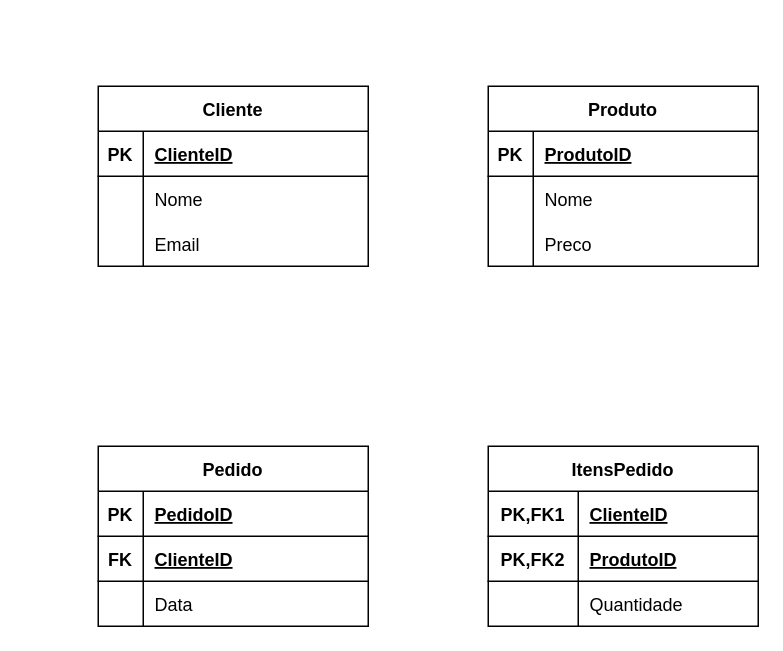
Earlier version of the draw.io diagram aulas/04/compras_modelo_logico.drawio (Diogo-MD/banco-dados-SENAC). Source tidied: cells renumbered, new cells numbered last; positions are measured from the earlier drawing's top-left corner, leaving out a move shared by most shapes. Both pictures are drawn from the tidied source at 150%, with x=0, y=0 at pixel (98, 86).
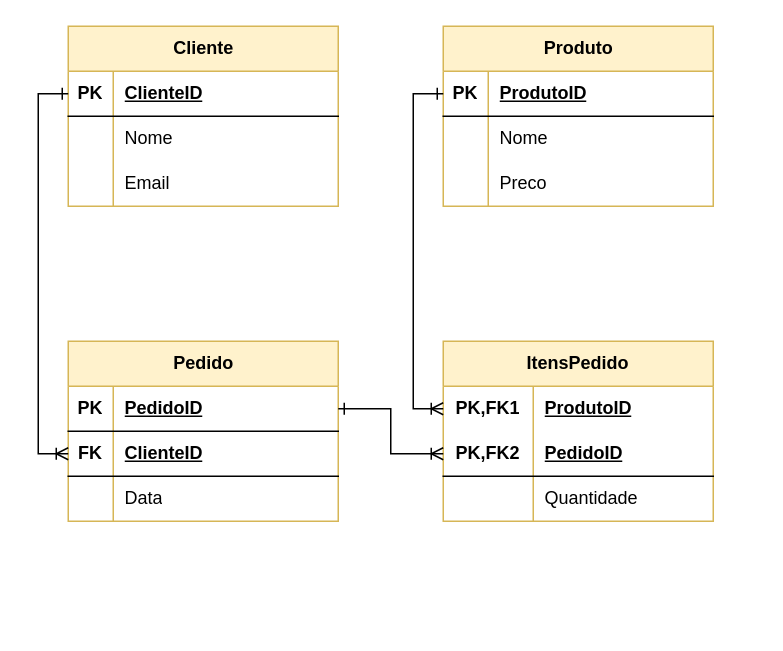
After the change.

Diff of the diagram source:
```diff
@@
-    <mxCell id="2" value="Cliente" style="shape=table;startSize=30;childLayout=tableLayout;rowLines=0;fontStyle=1;align=center;" parent="1" vertex="1">
-      <mxGeometry width="180" height="120" as="geometry" />
+    <mxCell id="2" value="&lt;font color=&quot;#000000&quot;&gt;Cliente&lt;/font&gt;" style="shape=table;startSize=30;childLayout=tableLayout;rowLines=0;fontStyle=1;align=center;html=1;fillColor=#fff2cc;strokeColor=#d6b656;" parent="1" vertex="1">
+      <mxGeometry x="-20" y="-40" width="180" height="120" as="geometry" />
     </mxCell>
-    <mxCell id="3" style="shape=tableRow;horizontal=0;startSize=0;swimlaneHead=0;swimlaneBody=0;fillColor=none;top=0;left=0;right=0;bottom=1;" parent="2" vertex="1">
-      <mxGeometry y="30" width="180" height="30" as="geometry" />
-    </mxCell>
-    <mxCell id="4" value="PK" style="shape=partialRectangle;fillColor=none;top=0;left=0;bottom=0;right=0;fontStyle=1;overflow=hidden;" parent="3" vertex="1">
-      <mxGeometry width="30" height="30" as="geometry" />
-    </mxCell>
-    <mxCell id="5" value="ClienteID" style="shape=partialRectangle;fillColor=none;top=0;left=0;bottom=0;right=0;align=left;spacingLeft=6;fontStyle=5;overflow=hidden;" parent="3" vertex="1">
-      <mxGeometry x="30" width="150" height="30" as="geometry" />
-    </mxCell>
-    <mxCell id="6" style="shape=tableRow;horizontal=0;startSize=0;swimlaneHead=0;swimlaneBody=0;fillColor=none;top=0;left=0;right=0;bottom=0;" parent="2" vertex="1">
-      <mxGeometry y="60" width="180" height="30" as="geometry" />
-    </mxCell>
-    <mxCell id="7" style="shape=partialRectangle;fillColor=none;top=0;left=0;bottom=0;right=0;overflow=hidden;" parent="6" vertex="1">
-      <mxGeometry width="30" height="30" as="geometry" />
-    </mxCell>
-    <mxCell id="8" value="Nome" style="shape=partialRectangle;fillColor=none;top=0;left=0;bottom=0;right=0;align=left;spacingLeft=6;overflow=hidden;" parent="6" vertex="1">
-      <mxGeometry x="30" width="150" height="30" as="geometry" />
-    </mxCell>
-    <mxCell id="9" style="shape=tableRow;horizontal=0;startSize=0;swimlaneHead=0;swimlaneBody=0;fillColor=none;top=0;left=0;right=0;bottom=0;" parent="2" vertex="1">
-      <mxGeometry y="90" width="180" height="30" as="geometry" />
-    </mxCell>
-    <mxCell id="10" style="shape=partialRectangle;fillColor=none;top=0;left=0;bottom=0;right=0;overflow=hidden;" parent="9" vertex="1">
-      <mxGeometry width="30" height="30" as="geometry" />
-    </mxCell>
+    <mxCell id="42" style="shape=tableRow;horizontal=0;startSize=0;swimlaneHead=0;swimlaneBody=0;fillColor=none;points=[[0,0.5],[1,0.5]];portConstraint=eastwest;top=0;left=0;right=0;bottom=1;" parent="2" vertex="1">
+      <mxGeometry y="30" width="180" height="30" as="geometry" />
+    </mxCell>
+    <mxCell id="43" value="PK" style="shape=partialRectangle;fillColor=none;top=0;left=0;bottom=0;right=0;fontStyle=1;overflow=hidden;whiteSpace=wrap;html=1;" parent="42" vertex="1">
+      <mxGeometry width="30" height="30" as="geometry" />
+    </mxCell>
+    <mxCell id="44" value="ClienteID" style="shape=partialRectangle;fillColor=none;top=0;left=0;bottom=0;right=0;align=left;spacingLeft=6;fontStyle=5;overflow=hidden;whiteSpace=wrap;html=1;" parent="42" vertex="1">
+      <mxGeometry x="30" width="150" height="30" as="geometry" />
+    </mxCell>
+    <mxCell id="45" style="shape=tableRow;horizontal=0;startSize=0;swimlaneHead=0;swimlaneBody=0;fillColor=none;top=0;left=0;right=0;bottom=0;" parent="2" vertex="1">
+      <mxGeometry y="60" width="180" height="30" as="geometry" />
+    </mxCell>
+    <mxCell id="46" style="shape=partialRectangle;fillColor=none;top=0;left=0;bottom=0;right=0;overflow=hidden;whiteSpace=wrap;html=1;" parent="45" vertex="1">
+      <mxGeometry width="30" height="30" as="geometry" />
+    </mxCell>
+    <mxCell id="47" value="Nome" style="shape=partialRectangle;fillColor=none;top=0;left=0;bottom=0;right=0;align=left;spacingLeft=6;overflow=hidden;whiteSpace=wrap;html=1;" parent="45" vertex="1">
+      <mxGeometry x="30" width="150" height="30" as="geometry" />
+    </mxCell>
+    <mxCell id="48" style="shape=tableRow;horizontal=0;startSize=0;swimlaneHead=0;swimlaneBody=0;fillColor=none;top=0;left=0;right=0;bottom=0;" parent="2" vertex="1">
+      <mxGeometry y="90" width="180" height="30" as="geometry" />
+    </mxCell>
+    <mxCell id="49" style="shape=partialRectangle;fillColor=none;top=0;left=0;bottom=0;right=0;overflow=hidden;whiteSpace=wrap;html=1;" parent="48" vertex="1">
+      <mxGeometry width="30" height="30" as="geometry" />
+    </mxCell>
-    <mxCell id="11" value="Email" style="shape=partialRectangle;fillColor=none;top=0;left=0;bottom=0;right=0;align=left;spacingLeft=6;overflow=hidden;" parent="9" vertex="1">
+    <mxCell id="11" value="Email" style="shape=partialRectangle;fillColor=none;top=0;left=0;bottom=0;right=0;align=left;spacingLeft=6;overflow=hidden;whiteSpace=wrap;html=1;" parent="48" vertex="1">
       <mxGeometry x="30" width="150" height="30" as="geometry" />
     </mxCell>
-    <mxCell id="12" value="Produto" style="shape=table;startSize=30;childLayout=tableLayout;rowLines=0;fontStyle=1;align=center;" parent="1" vertex="1">
-      <mxGeometry x="260" width="180" height="120" as="geometry" />
+    <mxCell id="12" value="&lt;font color=&quot;#000000&quot;&gt;Produto&lt;/font&gt;" style="shape=table;startSize=30;childLayout=tableLayout;rowLines=0;fontStyle=1;align=center;html=1;fillColor=#fff2cc;strokeColor=#d6b656;" parent="1" vertex="1">
+      <mxGeometry x="230" y="-40" width="180" height="120" as="geometry" />
     </mxCell>
-    <mxCell id="13" style="shape=tableRow;horizontal=0;startSize=0;swimlaneHead=0;swimlaneBody=0;fillColor=none;top=0;left=0;right=0;bottom=1;" parent="12" vertex="1">
-      <mxGeometry y="30" width="180" height="30" as="geometry" />
-    </mxCell>
-    <mxCell id="14" value="PK" style="shape=partialRectangle;fillColor=none;top=0;left=0;bottom=0;right=0;fontStyle=1;overflow=hidden;" parent="13" vertex="1">
-      <mxGeometry width="30" height="30" as="geometry" />
-    </mxCell>
-    <mxCell id="15" value="ProdutoID" style="shape=partialRectangle;fillColor=none;top=0;left=0;bottom=0;right=0;align=left;spacingLeft=6;fontStyle=5;overflow=hidden;" parent="13" vertex="1">
-      <mxGeometry x="30" width="150" height="30" as="geometry" />
-    </mxCell>
-    <mxCell id="16" style="shape=tableRow;horizontal=0;startSize=0;swimlaneHead=0;swimlaneBody=0;fillColor=none;top=0;left=0;right=0;bottom=0;" parent="12" vertex="1">
-      <mxGeometry y="60" width="180" height="30" as="geometry" />
-    </mxCell>
-    <mxCell id="17" style="shape=partialRectangle;fillColor=none;top=0;left=0;bottom=0;right=0;overflow=hidden;" parent="16" vertex="1">
-      <mxGeometry width="30" height="30" as="geometry" />
-    </mxCell>
-    <mxCell id="18" value="Nome" style="shape=partialRectangle;fillColor=none;top=0;left=0;bottom=0;right=0;align=left;spacingLeft=6;overflow=hidden;" parent="16" vertex="1">
-      <mxGeometry x="30" width="150" height="30" as="geometry" />
-    </mxCell>
-    <mxCell id="19" style="shape=tableRow;horizontal=0;startSize=0;swimlaneHead=0;swimlaneBody=0;fillColor=none;top=0;left=0;right=0;bottom=0;" parent="12" vertex="1">
-      <mxGeometry y="90" width="180" height="30" as="geometry" />
-    </mxCell>
-    <mxCell id="20" style="shape=partialRectangle;fillColor=none;top=0;left=0;bottom=0;right=0;overflow=hidden;" parent="19" vertex="1">
-      <mxGeometry width="30" height="30" as="geometry" />
-    </mxCell>
+    <mxCell id="50" style="shape=tableRow;horizontal=0;startSize=0;swimlaneHead=0;swimlaneBody=0;fillColor=none;points=[[0,0.5],[1,0.5]];portConstraint=eastwest;top=0;left=0;right=0;bottom=1;" parent="12" vertex="1">
+      <mxGeometry y="30" width="180" height="30" as="geometry" />
+    </mxCell>
+    <mxCell id="51" value="PK" style="shape=partialRectangle;fillColor=none;top=0;left=0;bottom=0;right=0;fontStyle=1;overflow=hidden;whiteSpace=wrap;html=1;" parent="50" vertex="1">
+      <mxGeometry width="30" height="30" as="geometry" />
+    </mxCell>
+    <mxCell id="52" value="ProdutoID" style="shape=partialRectangle;fillColor=none;top=0;left=0;bottom=0;right=0;align=left;spacingLeft=6;fontStyle=5;overflow=hidden;whiteSpace=wrap;html=1;" parent="50" vertex="1">
+      <mxGeometry x="30" width="150" height="30" as="geometry" />
+    </mxCell>
+    <mxCell id="53" style="shape=tableRow;horizontal=0;startSize=0;swimlaneHead=0;swimlaneBody=0;fillColor=none;top=0;left=0;right=0;bottom=0;" parent="12" vertex="1">
+      <mxGeometry y="60" width="180" height="30" as="geometry" />
+    </mxCell>
+    <mxCell id="54" style="shape=partialRectangle;fillColor=none;top=0;left=0;bottom=0;right=0;overflow=hidden;whiteSpace=wrap;html=1;" parent="53" vertex="1">
+      <mxGeometry width="30" height="30" as="geometry" />
+    </mxCell>
+    <mxCell id="55" value="Nome" style="shape=partialRectangle;fillColor=none;top=0;left=0;bottom=0;right=0;align=left;spacingLeft=6;overflow=hidden;whiteSpace=wrap;html=1;" parent="53" vertex="1">
+      <mxGeometry x="30" width="150" height="30" as="geometry" />
+    </mxCell>
+    <mxCell id="56" style="shape=tableRow;horizontal=0;startSize=0;swimlaneHead=0;swimlaneBody=0;fillColor=none;top=0;left=0;right=0;bottom=0;" parent="12" vertex="1">
+      <mxGeometry y="90" width="180" height="30" as="geometry" />
+    </mxCell>
+    <mxCell id="57" style="shape=partialRectangle;fillColor=none;top=0;left=0;bottom=0;right=0;overflow=hidden;whiteSpace=wrap;html=1;" parent="56" vertex="1">
+      <mxGeometry width="30" height="30" as="geometry" />
+    </mxCell>
-    <mxCell id="21" value="Preco" style="shape=partialRectangle;fillColor=none;top=0;left=0;bottom=0;right=0;align=left;spacingLeft=6;overflow=hidden;" parent="19" vertex="1">
+    <mxCell id="21" value="Preco" style="shape=partialRectangle;fillColor=none;top=0;left=0;bottom=0;right=0;align=left;spacingLeft=6;overflow=hidden;whiteSpace=wrap;html=1;" parent="56" vertex="1">
       <mxGeometry x="30" width="150" height="30" as="geometry" />
     </mxCell>
-    <mxCell id="22" value="Pedido" style="shape=table;startSize=30;childLayout=tableLayout;rowLines=0;fontStyle=1;align=center;" parent="1" vertex="1">
-      <mxGeometry y="240" width="180" height="120" as="geometry" />
+    <mxCell id="22" value="&lt;font color=&quot;#000000&quot;&gt;Pedido&lt;/font&gt;" style="shape=table;startSize=30;childLayout=tableLayout;rowLines=0;fontStyle=1;align=center;html=1;fillColor=#fff2cc;strokeColor=#d6b656;" parent="1" vertex="1">
+      <mxGeometry x="-20" y="170" width="180" height="120" as="geometry" />
     </mxCell>
-    <mxCell id="23" style="shape=tableRow;horizontal=0;startSize=0;swimlaneHead=0;swimlaneBody=0;fillColor=none;top=0;left=0;right=0;bottom=1;" parent="22" vertex="1">
-      <mxGeometry y="30" width="180" height="30" as="geometry" />
-    </mxCell>
-    <mxCell id="24" value="PK" style="shape=partialRectangle;fillColor=none;top=0;left=0;bottom=0;right=0;fontStyle=1;overflow=hidden;" parent="23" vertex="1">
-      <mxGeometry width="30" height="30" as="geometry" />
-    </mxCell>
-    <mxCell id="25" value="PedidoID" style="shape=partialRectangle;fillColor=none;top=0;left=0;bottom=0;right=0;align=left;spacingLeft=6;fontStyle=5;overflow=hidden;" parent="23" vertex="1">
-      <mxGeometry x="30" width="150" height="30" as="geometry" />
-    </mxCell>
-    <mxCell id="26" style="shape=tableRow;horizontal=0;startSize=0;swimlaneHead=0;swimlaneBody=0;fillColor=none;top=0;left=0;right=0;bottom=1;" parent="22" vertex="1">
-      <mxGeometry y="60" width="180" height="30" as="geometry" />
-    </mxCell>
+    <mxCell id="58" style="shape=tableRow;horizontal=0;startSize=0;swimlaneHead=0;swimlaneBody=0;fillColor=none;points=[[0,0.5],[1,0.5]];portConstraint=eastwest;top=0;left=0;right=0;bottom=1;" parent="22" vertex="1">
+      <mxGeometry y="30" width="180" height="30" as="geometry" />
+    </mxCell>
+    <mxCell id="59" value="PK" style="shape=partialRectangle;fillColor=none;top=0;left=0;bottom=0;right=0;fontStyle=1;overflow=hidden;whiteSpace=wrap;html=1;" parent="58" vertex="1">
+      <mxGeometry width="30" height="30" as="geometry" />
+    </mxCell>
+    <mxCell id="60" value="PedidoID" style="shape=partialRectangle;fillColor=none;top=0;left=0;bottom=0;right=0;align=left;spacingLeft=6;fontStyle=5;overflow=hidden;whiteSpace=wrap;html=1;" parent="58" vertex="1">
+      <mxGeometry x="30" width="150" height="30" as="geometry" />
+    </mxCell>
+    <mxCell id="61" style="shape=tableRow;horizontal=0;startSize=0;swimlaneHead=0;swimlaneBody=0;fillColor=none;points=[[0,0.5],[1,0.5]];portConstraint=eastwest;top=0;left=0;right=0;bottom=1;" parent="22" vertex="1">
+      <mxGeometry y="60" width="180" height="30" as="geometry" />
+    </mxCell>
-    <mxCell id="27" value="FK" style="shape=partialRectangle;fillColor=none;top=0;left=0;bottom=0;right=0;fontStyle=1;overflow=hidden;" parent="26" vertex="1">
+    <mxCell id="27" value="FK" style="shape=partialRectangle;fillColor=none;top=0;left=0;bottom=0;right=0;fontStyle=1;overflow=hidden;whiteSpace=wrap;html=1;" parent="61" vertex="1">
       <mxGeometry width="30" height="30" as="geometry" />
     </mxCell>
-    <mxCell id="28" value="ClienteID" style="shape=partialRectangle;fillColor=none;top=0;left=0;bottom=0;right=0;align=left;spacingLeft=6;fontStyle=5;overflow=hidden;" parent="26" vertex="1">
-      <mxGeometry x="30" width="150" height="30" as="geometry" />
-    </mxCell>
-    <mxCell id="29" style="shape=tableRow;horizontal=0;startSize=0;swimlaneHead=0;swimlaneBody=0;fillColor=none;top=0;left=0;right=0;bottom=0;" parent="22" vertex="1">
-      <mxGeometry y="90" width="180" height="30" as="geometry" />
-    </mxCell>
-    <mxCell id="30" style="shape=partialRectangle;fillColor=none;top=0;left=0;bottom=0;right=0;overflow=hidden;" parent="29" vertex="1">
-      <mxGeometry width="30" height="30" as="geometry" />
-    </mxCell>
+    <mxCell id="62" value="ClienteID" style="shape=partialRectangle;fillColor=none;top=0;left=0;bottom=0;right=0;align=left;spacingLeft=6;fontStyle=5;overflow=hidden;whiteSpace=wrap;html=1;" parent="61" vertex="1">
+      <mxGeometry x="30" width="150" height="30" as="geometry" />
+    </mxCell>
+    <mxCell id="63" style="shape=tableRow;horizontal=0;startSize=0;swimlaneHead=0;swimlaneBody=0;fillColor=none;top=0;left=0;right=0;bottom=0;" parent="22" vertex="1">
+      <mxGeometry y="90" width="180" height="30" as="geometry" />
+    </mxCell>
+    <mxCell id="64" style="shape=partialRectangle;fillColor=none;top=0;left=0;bottom=0;right=0;overflow=hidden;whiteSpace=wrap;html=1;" parent="63" vertex="1">
+      <mxGeometry width="30" height="30" as="geometry" />
+    </mxCell>
-    <mxCell id="31" value="Data" style="shape=partialRectangle;fillColor=none;top=0;left=0;bottom=0;right=0;align=left;spacingLeft=6;overflow=hidden;" parent="29" vertex="1">
+    <mxCell id="31" value="Data" style="shape=partialRectangle;fillColor=none;top=0;left=0;bottom=0;right=0;align=left;spacingLeft=6;overflow=hidden;whiteSpace=wrap;html=1;" parent="63" vertex="1">
       <mxGeometry x="30" width="150" height="30" as="geometry" />
     </mxCell>
-    <mxCell id="32" value="ItensPedido" style="shape=table;startSize=30;childLayout=tableLayout;rowLines=0;fontStyle=1;align=center;" parent="1" vertex="1">
-      <mxGeometry x="260" y="240" width="180" height="120" as="geometry" />
+    <mxCell id="32" value="&lt;font color=&quot;#000000&quot;&gt;ItensPedido&lt;/font&gt;" style="shape=table;startSize=30;childLayout=tableLayout;rowLines=0;fontStyle=1;align=center;html=1;whiteSpace=wrap;fillColor=#fff2cc;strokeColor=#d6b656;fontColor=#F0F0F0;" parent="1" vertex="1">
+      <mxGeometry x="230" y="170" width="180" height="120" as="geometry" />
     </mxCell>
-    <mxCell id="33" style="shape=tableRow;horizontal=0;startSize=0;swimlaneHead=0;swimlaneBody=0;fillColor=none;top=0;left=0;right=0;bottom=1;" parent="32" vertex="1">
-      <mxGeometry y="30" width="180" height="30" as="geometry" />
-    </mxCell>
+    <mxCell id="65" style="shape=tableRow;horizontal=0;startSize=0;swimlaneHead=0;swimlaneBody=0;fillColor=none;points=[[0,0.5],[1,0.5]];portConstraint=eastwest;top=0;left=0;right=0;bottom=0;html=1;" parent="32" vertex="1">
+      <mxGeometry y="30" width="180" height="30" as="geometry" />
+    </mxCell>
-    <mxCell id="34" value="PK,FK1" style="shape=partialRectangle;fillColor=none;top=0;left=0;bottom=0;right=0;fontStyle=1;overflow=hidden;" parent="33" vertex="1">
+    <mxCell id="34" value="PK,FK1" style="shape=partialRectangle;fillColor=none;top=0;left=0;bottom=0;right=0;fontStyle=1;overflow=hidden;html=1;whiteSpace=wrap;" parent="65" vertex="1">
       <mxGeometry width="60" height="30" as="geometry" />
     </mxCell>
-    <mxCell id="35" value="ClienteID" style="shape=partialRectangle;fillColor=none;top=0;left=0;bottom=0;right=0;align=left;spacingLeft=6;fontStyle=5;overflow=hidden;" parent="33" vertex="1">
-      <mxGeometry x="60" width="120" height="30" as="geometry" />
-    </mxCell>
-    <mxCell id="36" style="shape=tableRow;horizontal=0;startSize=0;swimlaneHead=0;swimlaneBody=0;fillColor=none;top=0;left=0;right=0;bottom=1;" parent="32" vertex="1">
-      <mxGeometry y="60" width="180" height="30" as="geometry" />
-    </mxCell>
+    <mxCell id="66" value="ProdutoID" style="shape=partialRectangle;fillColor=none;top=0;left=0;bottom=0;right=0;align=left;spacingLeft=6;fontStyle=5;overflow=hidden;html=1;whiteSpace=wrap;" parent="65" vertex="1">
+      <mxGeometry x="60" width="120" height="30" as="geometry" />
+    </mxCell>
+    <mxCell id="67" style="shape=tableRow;horizontal=0;startSize=0;swimlaneHead=0;swimlaneBody=0;fillColor=none;points=[[0,0.5],[1,0.5]];portConstraint=eastwest;top=0;left=0;right=0;bottom=1;html=1;" parent="32" vertex="1">
+      <mxGeometry y="60" width="180" height="30" as="geometry" />
+    </mxCell>
-    <mxCell id="37" value="PK,FK2" style="shape=partialRectangle;fillColor=none;top=0;left=0;bottom=0;right=0;fontStyle=1;overflow=hidden;" parent="36" vertex="1">
+    <mxCell id="37" value="PK,FK2" style="shape=partialRectangle;fillColor=none;top=0;left=0;bottom=0;right=0;fontStyle=1;overflow=hidden;html=1;whiteSpace=wrap;" parent="67" vertex="1">
       <mxGeometry width="60" height="30" as="geometry" />
     </mxCell>
-    <mxCell id="38" value="ProdutoID" style="shape=partialRectangle;fillColor=none;top=0;left=0;bottom=0;right=0;align=left;spacingLeft=6;fontStyle=5;overflow=hidden;" parent="36" vertex="1">
-      <mxGeometry x="60" width="120" height="30" as="geometry" />
-    </mxCell>
-    <mxCell id="39" style="shape=tableRow;horizontal=0;startSize=0;swimlaneHead=0;swimlaneBody=0;fillColor=none;top=0;left=0;right=0;bottom=0;" parent="32" vertex="1">
-      <mxGeometry y="90" width="180" height="30" as="geometry" />
-    </mxCell>
-    <mxCell id="40" style="shape=partialRectangle;fillColor=none;top=0;left=0;bottom=0;right=0;overflow=hidden;" parent="39" vertex="1">
-      <mxGeometry width="60" height="30" as="geometry" />
-    </mxCell>
+    <mxCell id="68" value="PedidoID" style="shape=partialRectangle;fillColor=none;top=0;left=0;bottom=0;right=0;align=left;spacingLeft=6;fontStyle=5;overflow=hidden;html=1;whiteSpace=wrap;" parent="67" vertex="1">
+      <mxGeometry x="60" width="120" height="30" as="geometry" />
+    </mxCell>
+    <mxCell id="69" style="shape=tableRow;horizontal=0;startSize=0;swimlaneHead=0;swimlaneBody=0;fillColor=none;top=0;left=0;right=0;bottom=0;html=1;" parent="32" vertex="1">
+      <mxGeometry y="90" width="180" height="30" as="geometry" />
+    </mxCell>
+    <mxCell id="70" style="shape=partialRectangle;fillColor=none;top=0;left=0;bottom=0;right=0;overflow=hidden;html=1;whiteSpace=wrap;" parent="69" vertex="1">
+      <mxGeometry width="60" height="30" as="geometry" />
+    </mxCell>
-    <mxCell id="41" value="Quantidade" style="shape=partialRectangle;fillColor=none;top=0;left=0;bottom=0;right=0;align=left;spacingLeft=6;overflow=hidden;" parent="39" vertex="1">
+    <mxCell id="41" value="Quantidade" style="shape=partialRectangle;fillColor=none;top=0;left=0;bottom=0;right=0;align=left;spacingLeft=6;overflow=hidden;html=1;whiteSpace=wrap;" parent="69" vertex="1">
       <mxGeometry x="60" width="120" height="30" as="geometry" />
     </mxCell>
+    <mxCell id="71" style="edgeStyle=orthogonalEdgeStyle;rounded=0;jettySize=auto;html=1;entryX=0;entryY=0.5;entryDx=0;entryDy=0;endArrow=ERone;endFill=0;startArrow=ERoneToMany;startFill=0;" parent="1" edge="1" source="61" target="42">
+      <mxGeometry relative="1" as="geometry" />
+    </mxCell>
+    <mxCell id="72" style="edgeStyle=orthogonalEdgeStyle;rounded=0;jettySize=auto;html=1;entryX=1;entryY=0.5;entryDx=0;entryDy=0;endArrow=ERone;endFill=0;startArrow=ERoneToMany;startFill=0;" parent="1" edge="1" source="67" target="58">
+      <mxGeometry relative="1" as="geometry" />
+    </mxCell>
+    <mxCell id="73" style="edgeStyle=orthogonalEdgeStyle;rounded=0;jettySize=auto;html=1;entryX=0;entryY=0.5;entryDx=0;entryDy=0;endArrow=ERone;endFill=0;startArrow=ERoneToMany;startFill=0;" parent="1" edge="1" source="65" target="50">
+      <mxGeometry relative="1" as="geometry" />
+    </mxCell>
```
